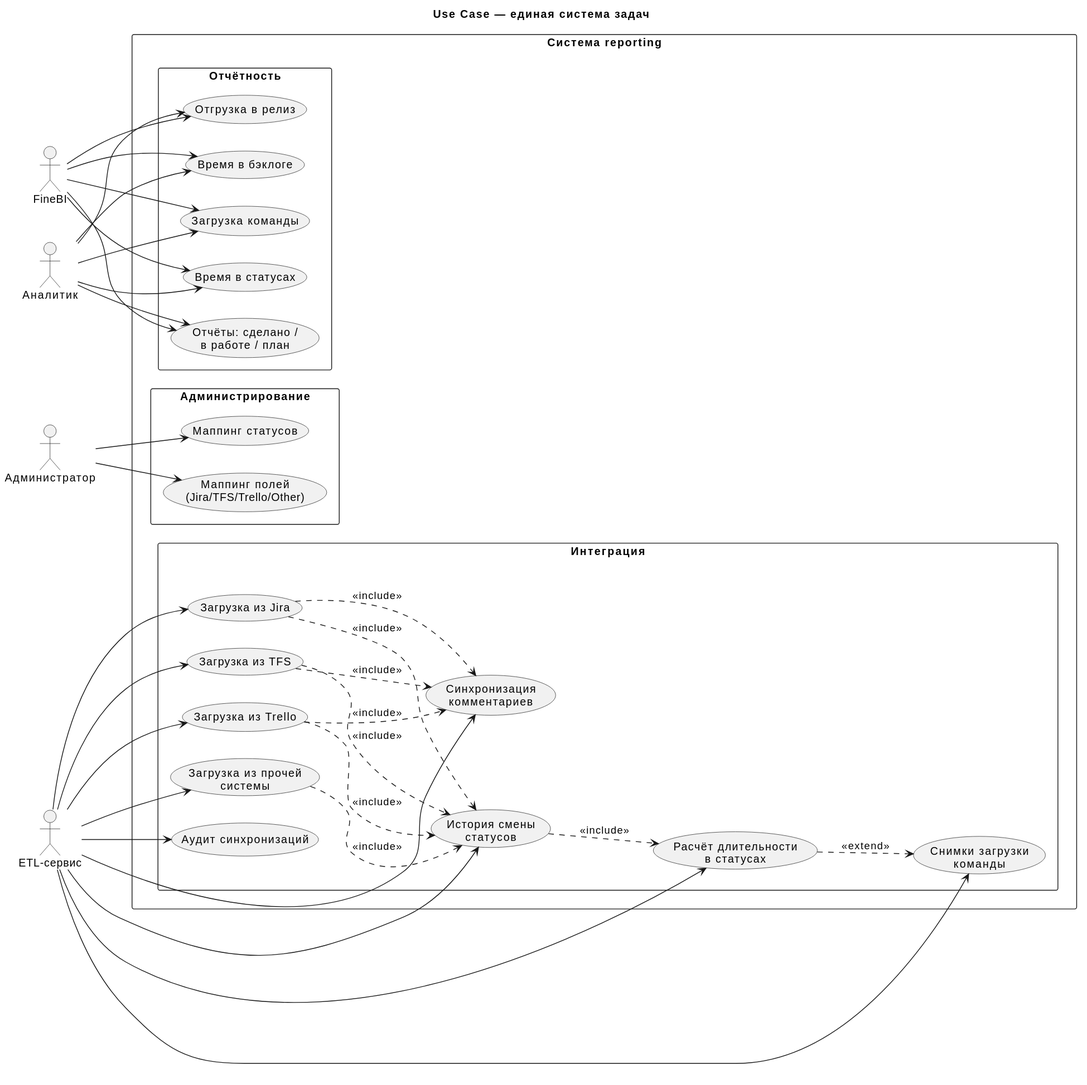
The PlantUML diagram docs/diagrams/svg/use-case.svg in volchonok16/reporting, before a commit.
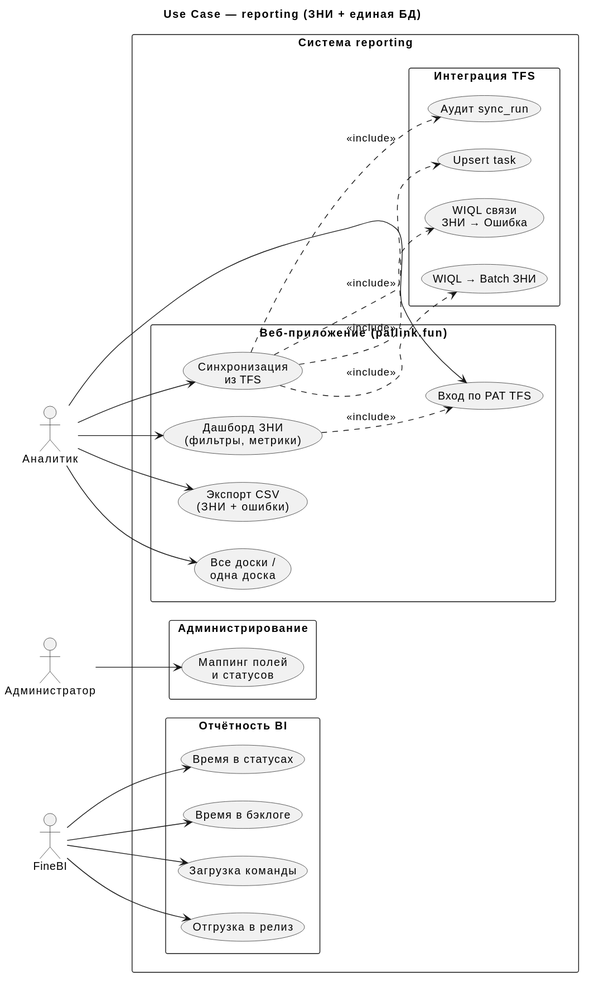
Later version of the same file.

Change to the diagram source:
```diff
@@ -2,17 +2,23 @@
 left to right direction
 skinparam packageStyle rectangle
 
-title Use Case — единая система задач
+title Use Case — reporting (ЗНИ + единая БД)
 
 actor "Аналитик" as analyst
 actor "Администратор" as admin
-actor "ETL-сервис" as etl
 actor "FineBI" as bi
 
 rectangle "Система reporting" {
 
-  package "Отчётность" {
-    usecase "Отчёты: сделано /\nв работе / план" as UC1
+  package "Веб-приложение (pallink.fun)" {
+    usecase "Вход по PAT TFS" as UC_AUTH
+    usecase "Дашборд ЗНИ\n(фильтры, метрики)" as UC_DASH
+    usecase "Синхронизация\nиз TFS" as UC_SYNC
+    usecase "Экспорт CSV\n(ЗНИ + ошибки)" as UC_EXPORT
+    usecase "Все доски /\nодна доска" as UC_BOARD
+  }
+
+  package "Отчётность BI" {
     usecase "Время в статусах" as UC2
     usecase "Время в бэклоге" as UC3
     usecase "Загрузка команды" as UC4
@@ -20,57 +26,33 @@
   }
 
   package "Администрирование" {
-    usecase "Маппинг полей\n(Jira/TFS/Trello/Other)" as UC6
-    usecase "Маппинг статусов" as UC7
+    usecase "Маппинг полей\nи статусов" as UC6
   }
 
-  package "Интеграция" {
-    usecase "Загрузка из Jira" as UC8
-    usecase "Загрузка из TFS" as UC9
-    usecase "Загрузка из Trello" as UC10
-    usecase "Загрузка из прочей\nсистемы" as UC11
-    usecase "Синхронизация\nкомментариев" as UC12
-    usecase "История смены\nстатусов" as UC13
-    usecase "Расчёт длительности\nв статусах" as UC14
-    usecase "Снимки загрузки\nкоманды" as UC15
-    usecase "Аудит синхронизаций" as UC16
+  package "Интеграция TFS" {
+    usecase "WIQL → Batch ЗНИ" as UC9A
+    usecase "WIQL связи\nЗНИ → Ошибка" as UC9B
+    usecase "Upsert task" as UC9C
+    usecase "Аудит sync_run" as UC16
   }
 }
 
-analyst --> UC1
-analyst --> UC2
-analyst --> UC3
-analyst --> UC4
-analyst --> UC5
+analyst --> UC_AUTH
+analyst --> UC_DASH
+analyst --> UC_SYNC
+analyst --> UC_EXPORT
+analyst --> UC_BOARD
 
-bi --> UC1
 bi --> UC2
 bi --> UC3
 bi --> UC4
 bi --> UC5
 
 admin --> UC6
-admin --> UC7
 
-etl --> UC8
-etl --> UC9
-etl --> UC10
-etl --> UC11
-etl --> UC12
-etl --> UC13
-etl --> UC14
-etl --> UC15
-etl --> UC16
-
-UC8 ..> UC13 : <<include>>
-UC9 ..> UC13 : <<include>>
-UC10 ..> UC13 : <<include>>
-UC11 ..> UC13 : <<include>>
-
-UC8 ..> UC12 : <<include>>
-UC9 ..> UC12 : <<include>>
-UC10 ..> UC12 : <<include>>
-
-UC13 ..> UC14 : <<include>>
-UC14 ..> UC15 : <<extend>>
+UC_SYNC ..> UC9A : <<include>>
+UC_SYNC ..> UC9B : <<include>>
+UC_SYNC ..> UC9C : <<include>>
+UC_SYNC ..> UC16 : <<include>>
+UC_DASH ..> UC_AUTH : <<include>>
 @enduml
```
